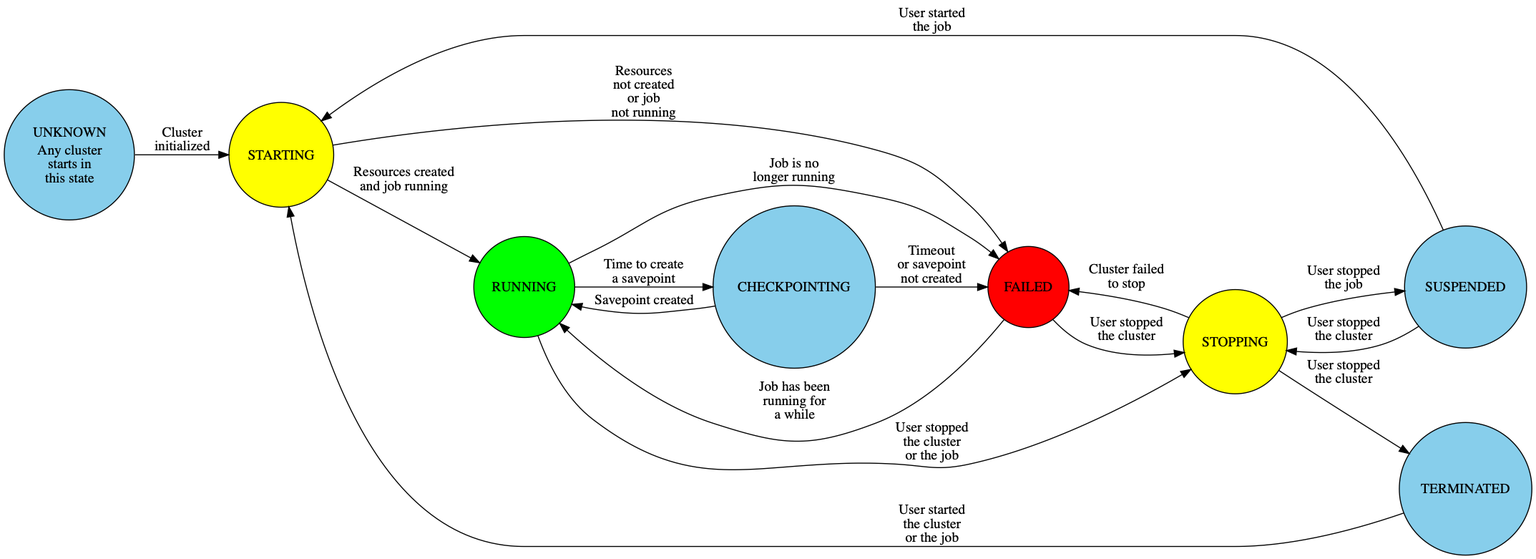
The Graphviz diagram graphs/flink-cluster-status.dot.png in nextbreakpoint/flink-k8s-toolbox, before a commit. Its source is kept beside it as graphs/flink-cluster-status.dot.
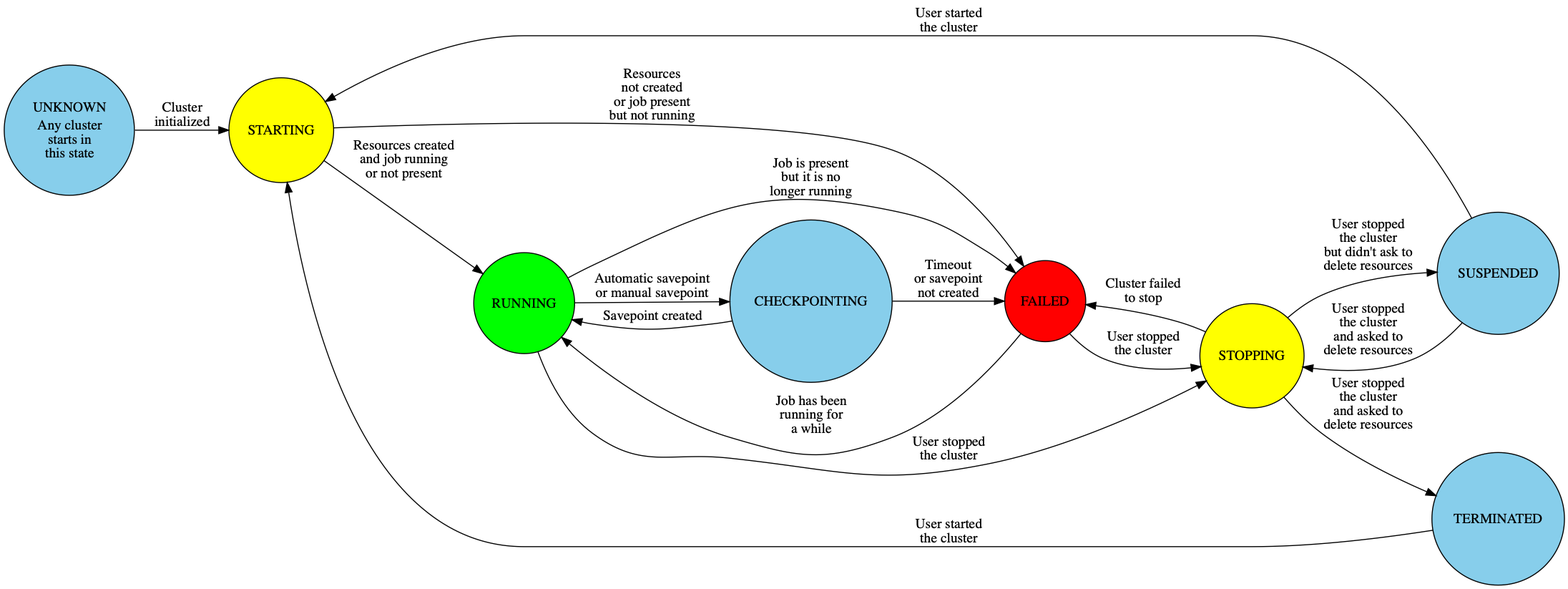
The same file after the commit.

Diff of the diagram source:
```diff
@@ -24,49 +24,49 @@
   STARTING -> RUNNING [ label = <
       <TABLE ALIGN="LEFT" BORDER="0" CELLBORDER="0" CELLSPACING="0">
           <TR>
-              <TD>Resources created<BR/>and job running</TD>
+              <TD>Resources created<BR/>and job running<BR/>or not present</TD>
           </TR>
       </TABLE>
   > ];
   STARTING -> FAILED [ label = <
       <TABLE ALIGN="LEFT" BORDER="0" CELLBORDER="0" CELLSPACING="0">
           <TR>
-              <TD>Resources<BR/>not created<BR/>or job<BR/>not running</TD>
+              <TD>Resources<BR/>not created<BR/>or job present<BR/>but not running</TD>
           </TR>
       </TABLE>
   > ];
   RUNNING -> CHECKPOINTING [ label = <
       <TABLE ALIGN="LEFT" BORDER="0" CELLBORDER="0" CELLSPACING="0">
           <TR>
-              <TD>Time to create<BR/>a savepoint</TD>
+              <TD>Automatic savepoint<BR/>or manual savepoint</TD>
           </TR>
       </TABLE>
   > ];
   RUNNING -> FAILED [ label = <
       <TABLE ALIGN="LEFT" BORDER="0" CELLBORDER="0" CELLSPACING="0">
           <TR>
-              <TD>Job is no<BR/>longer running</TD>
+              <TD>Job is present<BR/>but it is no<BR/>longer running</TD>
           </TR>
       </TABLE>
   > ];
   RUNNING -> STOPPING [ label = <
       <TABLE ALIGN="LEFT" BORDER="0" CELLBORDER="0" CELLSPACING="0">
           <TR>
-              <TD>User stopped<BR/>the cluster<BR/>or the job</TD>
+              <TD>User stopped<BR/>the cluster</TD>
           </TR>
       </TABLE>
   > ];
   STOPPING -> SUSPENDED [ label = <
       <TABLE ALIGN="LEFT" BORDER="0" CELLBORDER="0" CELLSPACING="0">
           <TR>
-              <TD>User stopped<BR/>the job</TD>
+              <TD>User stopped<BR/>the cluster<BR/>but didn't ask to<BR/>delete resources</TD>
           </TR>
       </TABLE>
   > ];
   STOPPING -> TERMINATED [ label = <
       <TABLE ALIGN="LEFT" BORDER="0" CELLBORDER="0" CELLSPACING="0">
           <TR>
-              <TD>User stopped<BR/>the cluster</TD>
+              <TD>User stopped<BR/>the cluster<BR/>and asked to<BR/>delete resources</TD>
           </TR>
       </TABLE>
   > ];
@@ -94,21 +94,21 @@
   SUSPENDED -> STARTING [ label = <
       <TABLE ALIGN="LEFT" BORDER="0" CELLBORDER="0" CELLSPACING="0">
           <TR>
-              <TD>User started<BR/>the job</TD>
+              <TD>User started<BR/>the cluster</TD>
           </TR>
       </TABLE>
   > ];
   SUSPENDED -> STOPPING [ label = <
       <TABLE ALIGN="LEFT" BORDER="0" CELLBORDER="0" CELLSPACING="0">
           <TR>
-              <TD>User stopped<BR/>the cluster</TD>
+              <TD>User stopped<BR/>the cluster<BR/>and asked to<BR/>delete resources</TD>
           </TR>
       </TABLE>
   > ];
   TERMINATED -> STARTING [ label = <
       <TABLE ALIGN="LEFT" BORDER="0" CELLBORDER="0" CELLSPACING="0">
           <TR>
-              <TD>User started<BR/>the cluster<BR/>or the job</TD>
+              <TD>User started<BR/>the cluster</TD>
           </TR>
       </TABLE>
   > ];
```
